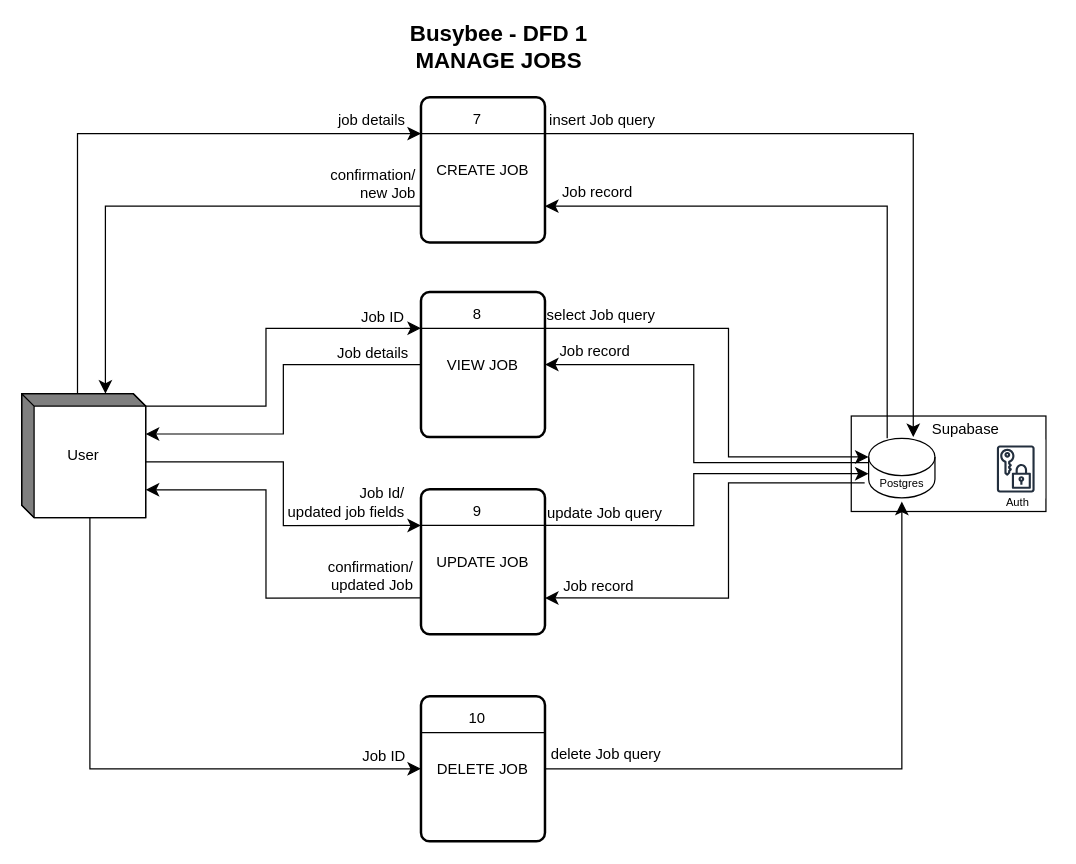
Above: page "dfd1-ManageJobs" (3 of 6) of data-flow-diagram.drawio in Masonluna/BusyBee (draw.io), before the change. Source tidied: cells renumbered, new cells numbered last; positions are measured from the earlier drawing's top-left corner, leaving out a move shared by most shapes. Both pictures are drawn from the tidied source at 124%, with x=0, y=0 at pixel (21, 21).
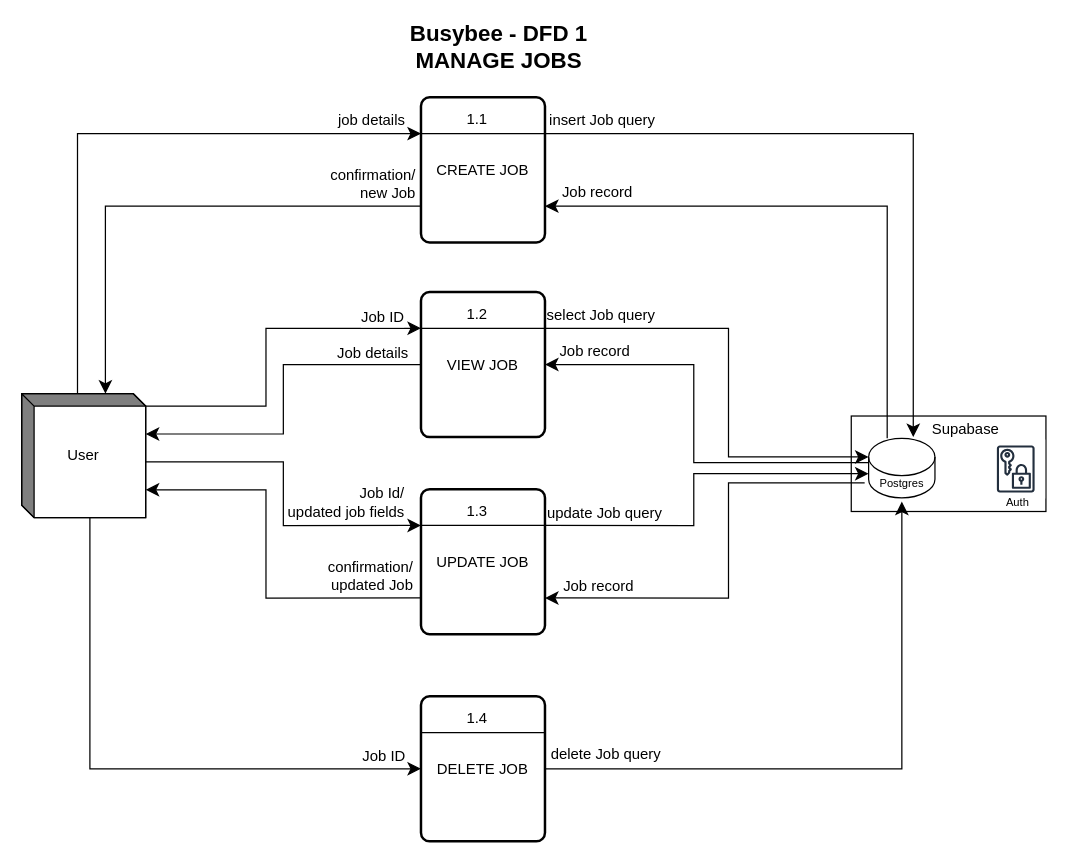
Above is the later version.

The change refers to these unchanged cells:
```xml
<mxCell id="3" style="group;" parent="1" vertex="1">
  <mxGeometry x="322" y="61" width="100" height="117" as="geometry" />
</mxCell>
<mxCell id="18" style="group;" parent="1" vertex="1">
  <mxGeometry x="322" y="218" width="100" height="117" as="geometry" />
</mxCell>
<mxCell id="22" style="group;" parent="1" vertex="1">
  <mxGeometry x="322" y="377" width="100" height="117" as="geometry" />
</mxCell>
<mxCell id="26" style="group;" parent="1" vertex="1">
  <mxGeometry x="322" y="544" width="100" height="117" as="geometry" />
</mxCell>
```

Change to the diagram source:
```diff
@@
-    <mxCell id="6" value="7" style="text;html=1;align=center;verticalAlign=middle;whiteSpace=wrap;rounded=0;" parent="3" vertex="1">
+    <mxCell id="6" value="1.1" style="text;html=1;align=center;verticalAlign=middle;whiteSpace=wrap;rounded=0;" parent="3" vertex="1">
       <mxGeometry x="14" y="5" width="63" height="26" as="geometry" />
     </mxCell>
@@
-    <mxCell id="21" value="8" style="text;html=1;align=center;verticalAlign=middle;whiteSpace=wrap;rounded=0;" parent="18" vertex="1">
+    <mxCell id="21" value="1.2" style="text;html=1;align=center;verticalAlign=middle;whiteSpace=wrap;rounded=0;" parent="18" vertex="1">
       <mxGeometry x="14" y="5" width="63" height="26" as="geometry" />
     </mxCell>
@@
-    <mxCell id="25" value="9" style="text;html=1;align=center;verticalAlign=middle;whiteSpace=wrap;rounded=0;" parent="22" vertex="1">
+    <mxCell id="25" value="1.3" style="text;html=1;align=center;verticalAlign=middle;whiteSpace=wrap;rounded=0;" parent="22" vertex="1">
       <mxGeometry x="14" y="5" width="63" height="26" as="geometry" />
     </mxCell>
@@
-    <mxCell id="29" value="10" style="text;html=1;align=center;verticalAlign=middle;whiteSpace=wrap;rounded=0;" parent="26" vertex="1">
+    <mxCell id="29" value="1.4" style="text;html=1;align=center;verticalAlign=middle;whiteSpace=wrap;rounded=0;" parent="26" vertex="1">
       <mxGeometry x="14" y="5" width="63" height="26" as="geometry" />
     </mxCell>
```
